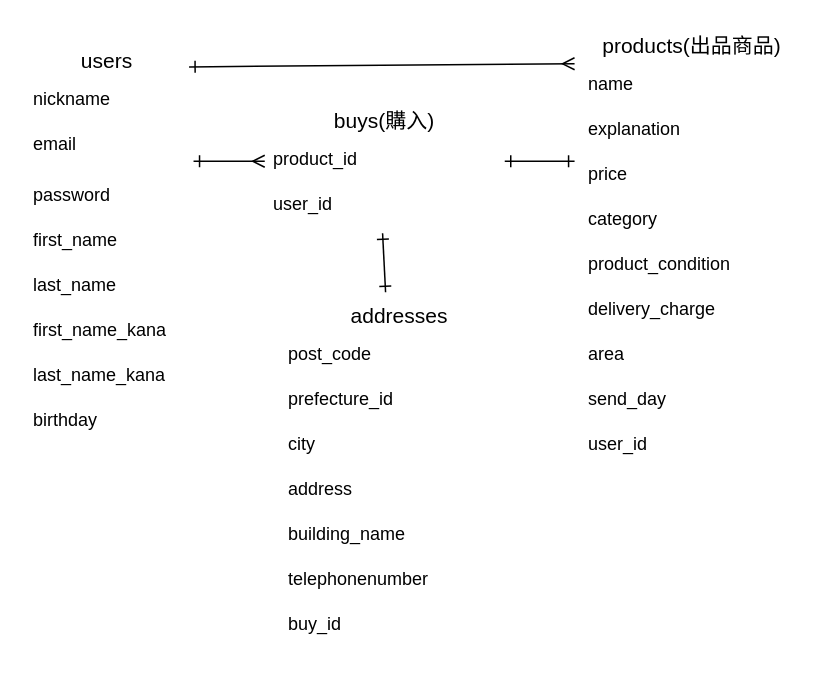
This is furima-37953.dio from pyonkichimaru/furima-37953, a draw.io file, before an edit. Source tidied: cells renumbered, new cells numbered last; positions are measured from the earlier drawing's top-left corner, leaving out a move shared by most shapes. Both pictures are drawn from the tidied source at 150%, with x=0, y=0 at pixel (24, 24).
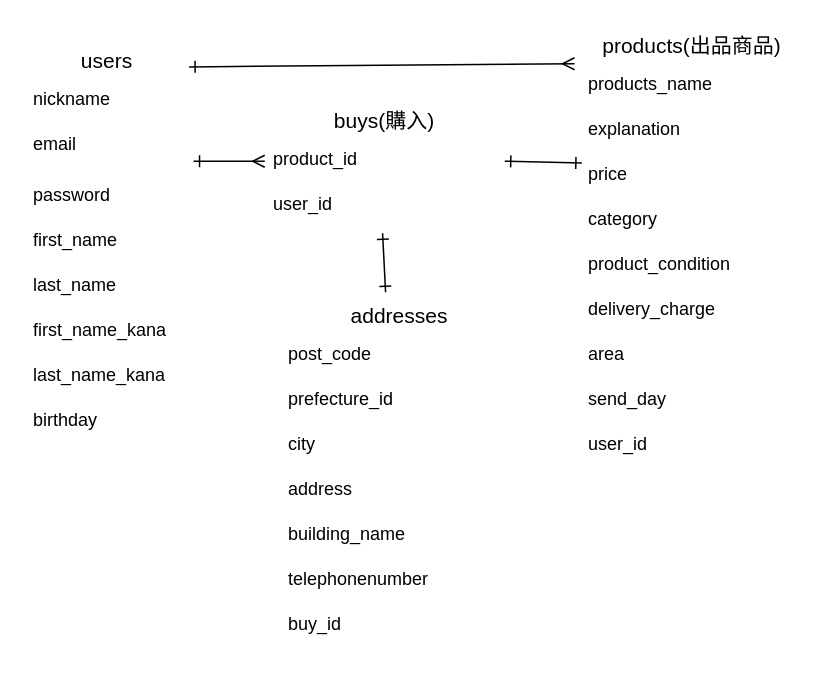
The same diagram, later.

The change refers to these unchanged cells:
```xml
<mxCell id="11" value="products(出品商品)" style="swimlane;fontStyle=0;horizontal=1;startSize=26;align=center;fontSize=14;strokeColor=#FFFFFF;" parent="1" vertex="1">
  <mxGeometry x="370" width="150" height="296" as="geometry" />
</mxCell>
<mxCell id="14" value="price" style="text;strokeColor=none;fillColor=none;spacingLeft=4;spacingRight=4;overflow=hidden;points=[[0,0.5],[1,0.5]];portConstraint=eastwest;fontSize=12;" parent="11" vertex="1">
  <mxGeometry y="86" width="150" height="30" as="geometry" />
</mxCell>
<mxCell id="22" value="product_id" style="text;strokeColor=none;fillColor=none;spacingLeft=4;spacingRight=4;overflow=hidden;points=[[0,0.5],[1,0.5]];portConstraint=eastwest;fontSize=12;" parent="21" vertex="1">
  <mxGeometry y="26" width="160" height="30" as="geometry" />
</mxCell>
```

Change to the diagram source:
```diff
@@
-    <mxCell id="12" value="name" style="text;strokeColor=none;fillColor=none;spacingLeft=4;spacingRight=4;overflow=hidden;points=[[0,0.5],[1,0.5]];portConstraint=eastwest;fontSize=12;" parent="11" vertex="1">
+    <mxCell id="12" value="products_name" style="text;strokeColor=none;fillColor=none;spacingLeft=4;spacingRight=4;overflow=hidden;points=[[0,0.5],[1,0.5]];portConstraint=eastwest;fontSize=12;" parent="11" vertex="1">
       <mxGeometry y="26" width="150" height="30" as="geometry" />
     </mxCell>
@@
-    <mxCell id="35" style="edgeStyle=none;html=1;exitX=1;exitY=0.5;exitDx=0;exitDy=0;entryX=-0.023;entryY=0.167;entryDx=0;entryDy=0;entryPerimeter=0;startArrow=ERone;startFill=0;endArrow=ERone;endFill=0;" parent="1" edge="1" source="22" target="14">
-      <mxGeometry relative="1" as="geometry" />
+    <mxCell id="35" style="edgeStyle=none;html=1;exitX=1;exitY=0.5;exitDx=0;exitDy=0;entryX=0.009;entryY=0.206;entryDx=0;entryDy=0;entryPerimeter=0;startArrow=ERone;startFill=0;endArrow=ERone;endFill=0;" parent="1" edge="1" source="22">
+      <mxGeometry relative="1" as="geometry">
+        <mxPoint x="371.4" y="92.2" as="targetPoint" />
+      </mxGeometry>
     </mxCell>
```
